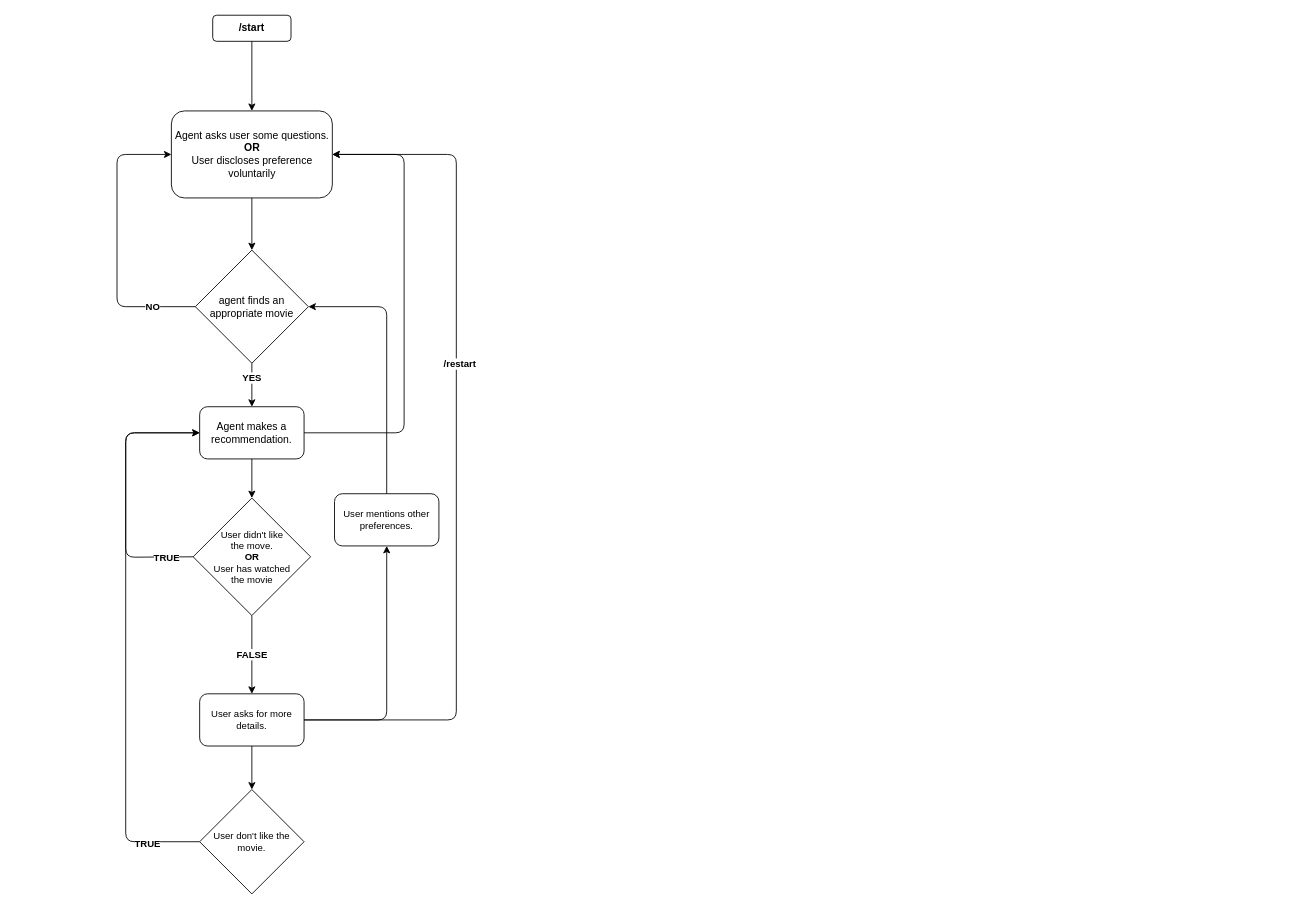
This is Jarvis_dialogue_flow.drawio from javeriahabib09/jarvis_v1, a draw.io file, before an edit. Source tidied: cells renumbered, new cells numbered last; positions are measured from the earlier drawing's top-left corner, leaving out a move shared by most shapes. Both pictures are drawn from the tidied source at 87%, with x=0, y=0 at pixel (117, 15).
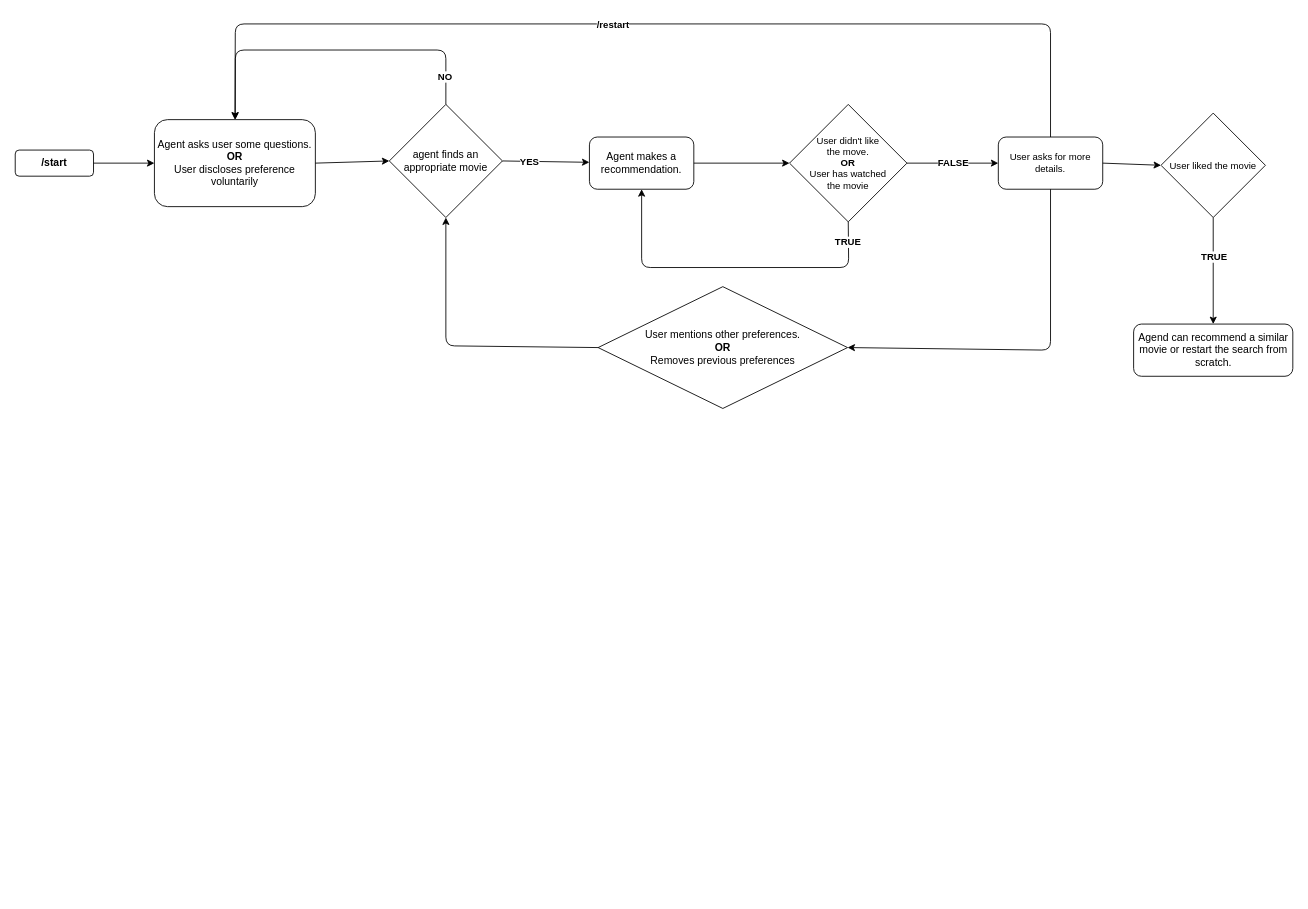
After the change.

What changed in the source:
```diff
@@
     <mxCell id="2" value="&lt;b&gt;/start&lt;/b&gt;" style="rounded=1;whiteSpace=wrap;html=1;" parent="1" vertex="1">
-      <mxGeometry x="110" width="90" height="30" as="geometry" />
+      <mxGeometry x="-117" y="155" width="90" height="30" as="geometry" />
     </mxCell>
     <mxCell id="3" value="Agent asks user some questions.&lt;br&gt;&lt;b&gt;OR&lt;br&gt;&lt;/b&gt;User discloses preference voluntarily" style="rounded=1;whiteSpace=wrap;html=1;" parent="1" vertex="1">
-      <mxGeometry x="62.5" y="110" width="185" height="100" as="geometry" />
+      <mxGeometry x="43" y="120" width="185" height="100" as="geometry" />
     </mxCell>
     <mxCell id="4" value="Agent makes a recommendation." style="rounded=1;whiteSpace=wrap;html=1;" parent="1" vertex="1">
-      <mxGeometry x="95" y="450" width="120" height="60" as="geometry" />
+      <mxGeometry x="543" y="140" width="120" height="60" as="geometry" />
     </mxCell>
     <mxCell id="5" value="agent finds an appropriate movie" style="rhombus;whiteSpace=wrap;html=1;" parent="1" vertex="1">
-      <mxGeometry x="90" y="270" width="130" height="130" as="geometry" />
+      <mxGeometry x="313" y="102.5" width="130" height="130" as="geometry" />
     </mxCell>
-    <mxCell id="6" style="endArrow=classic;html=1;exitX=0.5;exitY=1;exitDx=0;exitDy=0;entryX=0.5;entryY=0;entryDx=0;entryDy=0;" parent="1" edge="1" source="2" target="3">
+    <mxCell id="6" style="endArrow=classic;html=1;exitX=1;exitY=0.5;exitDx=0;exitDy=0;entryX=0;entryY=0.5;entryDx=0;entryDy=0;" parent="1" edge="1" source="2" target="3">
       <mxGeometry relative="1" as="geometry" />
     </mxCell>
-    <mxCell id="7" style="endArrow=classic;html=1;exitX=0.5;exitY=1;exitDx=0;exitDy=0;entryX=0.5;entryY=0;entryDx=0;entryDy=0;" parent="1" edge="1" source="3" target="5">
+    <mxCell id="7" style="endArrow=classic;html=1;exitX=1;exitY=0.5;exitDx=0;exitDy=0;entryX=0;entryY=0.5;entryDx=0;entryDy=0;" parent="1" edge="1" source="3" target="5">
       <mxGeometry relative="1" as="geometry" />
     </mxCell>
-    <mxCell id="8" style="endArrow=classic;html=1;exitX=0.5;exitY=1;exitDx=0;exitDy=0;" parent="1" edge="1" source="5" target="4">
+    <mxCell id="8" style="endArrow=classic;html=1;exitX=1;exitY=0.5;exitDx=0;exitDy=0;" parent="1" edge="1" source="5" target="4">
       <mxGeometry relative="1" as="geometry" />
     </mxCell>
@@
-    <mxCell id="10" style="endArrow=classic;html=1;exitX=0;exitY=0.5;exitDx=0;exitDy=0;entryX=0;entryY=0.5;entryDx=0;entryDy=0;" parent="1" edge="1" source="5" target="3">
-      <mxGeometry relative="1" as="geometry">
-        <Array as="points">
-          <mxPoint y="335" />
-          <mxPoint y="160" />
-        </Array>
-      </mxGeometry>
-    </mxCell>
+    <mxCell id="30" style="endArrow=classic;html=1;exitX=0.5;exitY=0;exitDx=0;exitDy=0;" parent="1" edge="1" source="5">
+      <mxGeometry relative="1" as="geometry">
+        <mxPoint x="136" y="120" as="targetPoint" />
+        <Array as="points">
+          <mxPoint x="378" y="40" />
+          <mxPoint x="136" y="40" />
+        </Array>
+      </mxGeometry>
+    </mxCell>
-    <mxCell id="11" value="&lt;b&gt;NO&lt;/b&gt;" style="edgeLabel;html=1;align=center;verticalAlign=middle;fontSize=11;" parent="10" vertex="1">
+    <mxCell id="11" value="&lt;b&gt;NO&lt;/b&gt;" style="edgeLabel;html=1;align=center;verticalAlign=middle;fontSize=11;" parent="30" vertex="1">
       <mxGeometry x="0.22" relative="1" as="geometry">
-        <mxPoint x="40" y="109" as="offset" />
+        <mxPoint x="170.8" y="30" as="offset" />
       </mxGeometry>
     </mxCell>
     <mxCell id="12" value="User didn't like &lt;br&gt;the move.&lt;br style=&quot;font-size: 11px&quot;&gt;&lt;b style=&quot;font-size: 11px&quot;&gt;OR&lt;/b&gt;&lt;br style=&quot;font-size: 11px&quot;&gt;User has watched &lt;br&gt;the movie" style="rhombus;whiteSpace=wrap;html=1;fontSize=11;" parent="1" vertex="1">
-      <mxGeometry x="87.5" y="555" width="135" height="135" as="geometry" />
+      <mxGeometry x="773" y="102.5" width="135" height="135" as="geometry" />
     </mxCell>
-    <mxCell id="13" style="endArrow=classic;html=1;exitX=0;exitY=0.5;exitDx=0;exitDy=0;entryX=0;entryY=0.5;entryDx=0;entryDy=0;" parent="1" edge="1" source="12" target="4">
-      <mxGeometry relative="1" as="geometry">
-        <Array as="points">
-          <mxPoint x="10" y="623" />
-          <mxPoint x="10" y="480" />
-        </Array>
-      </mxGeometry>
-    </mxCell>
-    <mxCell id="14" value="&lt;br&gt;" style="edgeLabel;html=1;align=center;verticalAlign=middle;fontSize=11;" parent="13" vertex="1">
-      <mxGeometry x="-0.65" y="-3" relative="1" as="geometry" />
-    </mxCell>
-    <mxCell id="15" value="&lt;b&gt;TRUE&lt;/b&gt;" style="edgeLabel;html=1;align=center;verticalAlign=middle;fontSize=11;" parent="13" vertex="1">
-      <mxGeometry x="-0.8" y="1" relative="1" as="geometry" />
-    </mxCell>
-    <mxCell id="16" style="endArrow=classic;html=1;fontSize=11;exitX=0.5;exitY=1;exitDx=0;exitDy=0;entryX=0.5;entryY=0;entryDx=0;entryDy=0;" parent="1" edge="1" source="4" target="12">
+    <mxCell id="16" style="endArrow=classic;html=1;fontSize=11;exitX=1;exitY=0.5;exitDx=0;exitDy=0;entryX=0;entryY=0.5;entryDx=0;entryDy=0;" parent="1" edge="1" source="4" target="12">
       <mxGeometry relative="1" as="geometry" />
     </mxCell>
-    <mxCell id="17" style="endArrow=classic;html=1;fontSize=11;exitX=1;exitY=0.5;exitDx=0;exitDy=0;edgeStyle=orthogonalEdgeStyle;entryX=1;entryY=0.5;entryDx=0;entryDy=0;" parent="1" edge="1" source="4" target="3">
-      <mxGeometry relative="1" as="geometry">
-        <Array as="points">
-          <mxPoint x="330" y="480" />
-          <mxPoint x="330" y="160" />
-        </Array>
-      </mxGeometry>
-    </mxCell>
     <mxCell id="18" value="User asks for more details." style="rounded=1;whiteSpace=wrap;html=1;fontSize=11;" parent="1" vertex="1">
-      <mxGeometry x="95" y="780" width="120" height="60" as="geometry" />
+      <mxGeometry x="1013" y="140" width="120" height="60" as="geometry" />
     </mxCell>
-    <mxCell id="19" value="User don't like the movie." style="rhombus;whiteSpace=wrap;html=1;fontSize=11;" parent="1" vertex="1">
-      <mxGeometry x="95" y="890" width="120" height="120" as="geometry" />
-    </mxCell>
-    <mxCell id="20" style="endArrow=classic;html=1;fontSize=11;exitX=0.5;exitY=1;exitDx=0;exitDy=0;entryX=0.5;entryY=0;entryDx=0;entryDy=0;" parent="1" edge="1" source="18" target="19">
-      <mxGeometry relative="1" as="geometry" />
-    </mxCell>
-    <mxCell id="21" style="endArrow=classic;html=1;fontSize=11;exitX=0;exitY=0.5;exitDx=0;exitDy=0;entryX=0;entryY=0.5;entryDx=0;entryDy=0;fontStyle=1;" parent="1" edge="1" source="19" target="4">
-      <mxGeometry relative="1" as="geometry">
-        <Array as="points">
-          <mxPoint x="10" y="950" />
-          <mxPoint x="10" y="480" />
-        </Array>
-      </mxGeometry>
-    </mxCell>
-    <mxCell id="22" value="&lt;br&gt;" style="edgeLabel;html=1;align=center;verticalAlign=middle;fontSize=11;" parent="21" vertex="1">
-      <mxGeometry x="-0.33" y="-2" relative="1" as="geometry" />
-    </mxCell>
-    <mxCell id="23" value="&lt;b&gt;TRUE&lt;/b&gt;" style="edgeLabel;html=1;align=center;verticalAlign=middle;fontSize=11;" parent="21" vertex="1">
-      <mxGeometry x="-0.81" y="1" relative="1" as="geometry" />
-    </mxCell>
-    <mxCell id="24" style="endArrow=classic;html=1;fontSize=11;exitX=1;exitY=0.5;exitDx=0;exitDy=0;entryX=0.5;entryY=1;entryDx=0;entryDy=0;" parent="1" edge="1" source="18" target="25">
-      <mxGeometry relative="1" as="geometry">
-        <Array as="points">
-          <mxPoint x="310" y="810" />
-        </Array>
-      </mxGeometry>
-    </mxCell>
-    <mxCell id="25" value="User mentions other preferences." style="rounded=1;whiteSpace=wrap;html=1;fontSize=11;" parent="1" vertex="1">
-      <mxGeometry x="250" y="550" width="120" height="60" as="geometry" />
-    </mxCell>
-    <mxCell id="26" style="endArrow=classic;html=1;fontSize=11;entryX=1;entryY=0.5;entryDx=0;entryDy=0;exitX=0.5;exitY=0;exitDx=0;exitDy=0;" parent="1" edge="1" source="25" target="5">
-      <mxGeometry relative="1" as="geometry">
-        <Array as="points">
-          <mxPoint x="310" y="335" />
-        </Array>
-      </mxGeometry>
-    </mxCell>
+    <mxCell id="31" value="User liked the movie" style="rhombus;whiteSpace=wrap;html=1;fontSize=11;" parent="1" vertex="1">
+      <mxGeometry x="1200" y="112.5" width="120" height="120" as="geometry" />
+    </mxCell>
+    <mxCell id="32" style="endArrow=classic;html=1;fontSize=11;exitX=1;exitY=0.5;exitDx=0;exitDy=0;entryX=0;entryY=0.5;entryDx=0;entryDy=0;" parent="1" edge="1" source="18" target="31">
+      <mxGeometry relative="1" as="geometry" />
+    </mxCell>
+    <mxCell id="33" value="User mentions other preferences.&lt;br style=&quot;font-size: 12px;&quot;&gt;&lt;b style=&quot;font-size: 12px;&quot;&gt;OR&lt;/b&gt;&lt;br style=&quot;font-size: 12px;&quot;&gt;Removes previous preferences" style="rhombus;whiteSpace=wrap;html=1;fontSize=12;" parent="1" vertex="1">
+      <mxGeometry x="553" y="312" width="286.7" height="140" as="geometry" />
+    </mxCell>
-    <mxCell id="27" style="endArrow=classic;html=1;fontSize=11;exitX=1;exitY=0.5;exitDx=0;exitDy=0;entryX=1;entryY=0.5;entryDx=0;entryDy=0;" parent="1" edge="1" source="18" target="3">
+    <mxCell id="27" style="endArrow=classic;html=1;fontSize=11;exitX=0.5;exitY=0;exitDx=0;exitDy=0;entryX=0.5;entryY=0;entryDx=0;entryDy=0;" parent="1" edge="1" source="18" target="3">
       <mxGeometry relative="1" as="geometry">
         <Array as="points">
-          <mxPoint x="390" y="810" />
-          <mxPoint x="390" y="160" />
+          <mxPoint x="1073" y="10" />
+          <mxPoint x="136" y="10" />
         </Array>
       </mxGeometry>
     </mxCell>
     <mxCell id="28" value="&lt;b&gt;/restart&lt;/b&gt;" style="edgeLabel;html=1;align=center;verticalAlign=middle;fontSize=11;" parent="27" vertex="1">
-      <mxGeometry x="0.21" y="-3" relative="1" as="geometry" />
+      <mxGeometry x="0.21" y="-3" relative="1" as="geometry">
+        <mxPoint x="78.7" y="3" as="offset" />
+      </mxGeometry>
     </mxCell>
-    <mxCell id="29" value="&lt;b&gt;FALSE&lt;/b&gt;" style="endArrow=classic;html=1;fontSize=11;exitX=0.5;exitY=1;exitDx=0;exitDy=0;entryX=0.5;entryY=0;entryDx=0;entryDy=0;" parent="1" edge="1" source="12" target="18">
+    <mxCell id="29" value="&lt;b&gt;FALSE&lt;/b&gt;" style="endArrow=classic;html=1;fontSize=11;exitX=1;exitY=0.5;exitDx=0;exitDy=0;entryX=0;entryY=0.5;entryDx=0;entryDy=0;" parent="1" edge="1" source="12" target="18">
       <mxGeometry relative="1" as="geometry" />
     </mxCell>
+    <mxCell id="34" value="Agend can recommend a similar movie or restart the search from scratch." style="rounded=1;whiteSpace=wrap;html=1;" parent="1" vertex="1">
+      <mxGeometry x="1168.5" y="355" width="183" height="60" as="geometry" />
+    </mxCell>
+    <mxCell id="35" style="endArrow=classic;html=1;exitX=0.5;exitY=1;exitDx=0;exitDy=0;entryX=0.5;entryY=0;entryDx=0;entryDy=0;" parent="1" edge="1" source="31" target="34">
+      <mxGeometry relative="1" as="geometry" />
+    </mxCell>
+    <mxCell id="36" value="&lt;b&gt;TRUE&lt;/b&gt;" style="edgeLabel;html=1;align=center;verticalAlign=middle;" parent="35" vertex="1">
+      <mxGeometry x="-0.27" relative="1" as="geometry" />
+    </mxCell>
+    <mxCell id="13" style="endArrow=classic;html=1;exitX=0.5;exitY=1;exitDx=0;exitDy=0;entryX=0.5;entryY=1;entryDx=0;entryDy=0;" parent="1" edge="1" source="12" target="4">
+      <mxGeometry relative="1" as="geometry">
+        <Array as="points">
+          <mxPoint x="841" y="290" />
+          <mxPoint x="603" y="290" />
+        </Array>
+      </mxGeometry>
+    </mxCell>
+    <mxCell id="37" value="&lt;b&gt;TRUE&lt;/b&gt;" style="edgeLabel;html=1;align=center;verticalAlign=middle;" parent="13" vertex="1">
+      <mxGeometry x="-0.18" y="-1" relative="1" as="geometry">
+        <mxPoint x="102" y="-29" as="offset" />
+      </mxGeometry>
+    </mxCell>
+    <mxCell id="38" style="endArrow=classic;html=1;exitX=0.5;exitY=1;exitDx=0;exitDy=0;entryX=1;entryY=0.5;entryDx=0;entryDy=0;" parent="1" edge="1" source="18" target="33">
+      <mxGeometry relative="1" as="geometry">
+        <Array as="points">
+          <mxPoint x="1073" y="385" />
+        </Array>
+      </mxGeometry>
+    </mxCell>
+    <mxCell id="39" style="endArrow=classic;html=1;entryX=0.5;entryY=1;entryDx=0;entryDy=0;exitX=0;exitY=0.5;exitDx=0;exitDy=0;" parent="1" edge="1" source="33" target="5">
+      <mxGeometry relative="1" as="geometry">
+        <Array as="points">
+          <mxPoint x="378" y="380" />
+        </Array>
+      </mxGeometry>
+    </mxCell>
```
